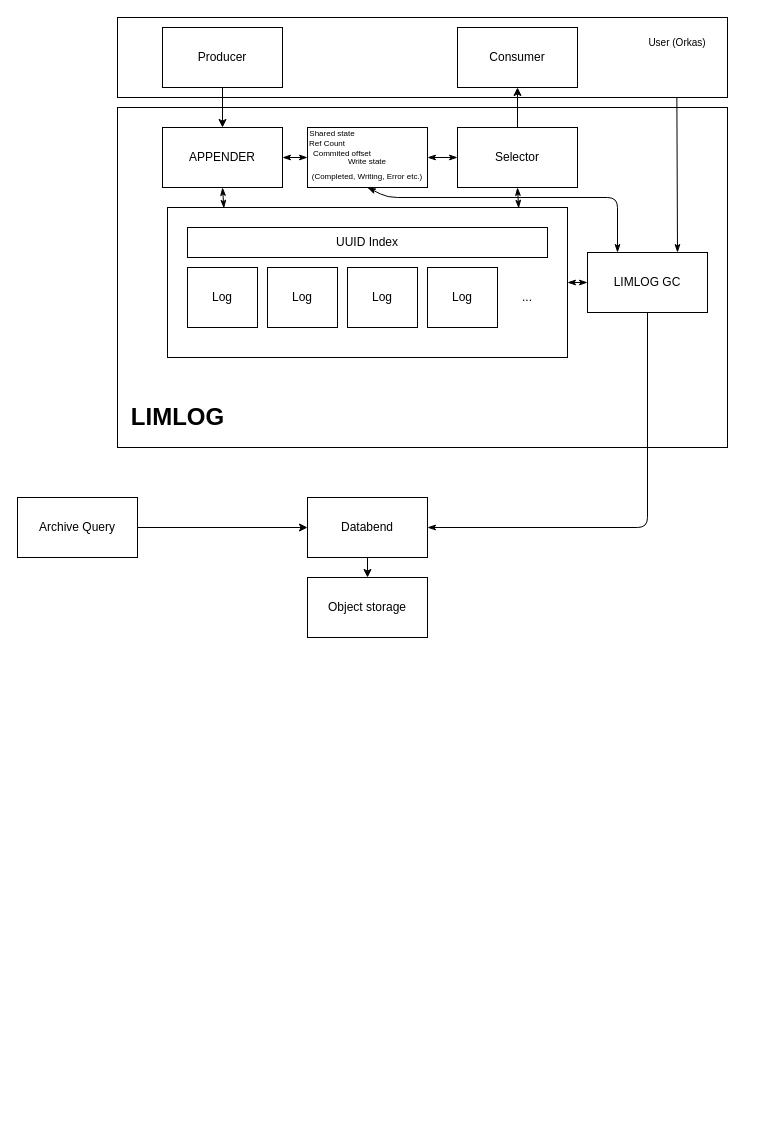
Before: arch.drawio in Limit-LAB/limlog, a draw.io diagram. Source tidied: cells renumbered, new cells numbered last; positions are measured from the earlier drawing's top-left corner, leaving out a move shared by most shapes. Both pictures are drawn from the tidied source at 100%, with x=0, y=0 at pixel (17, 17).
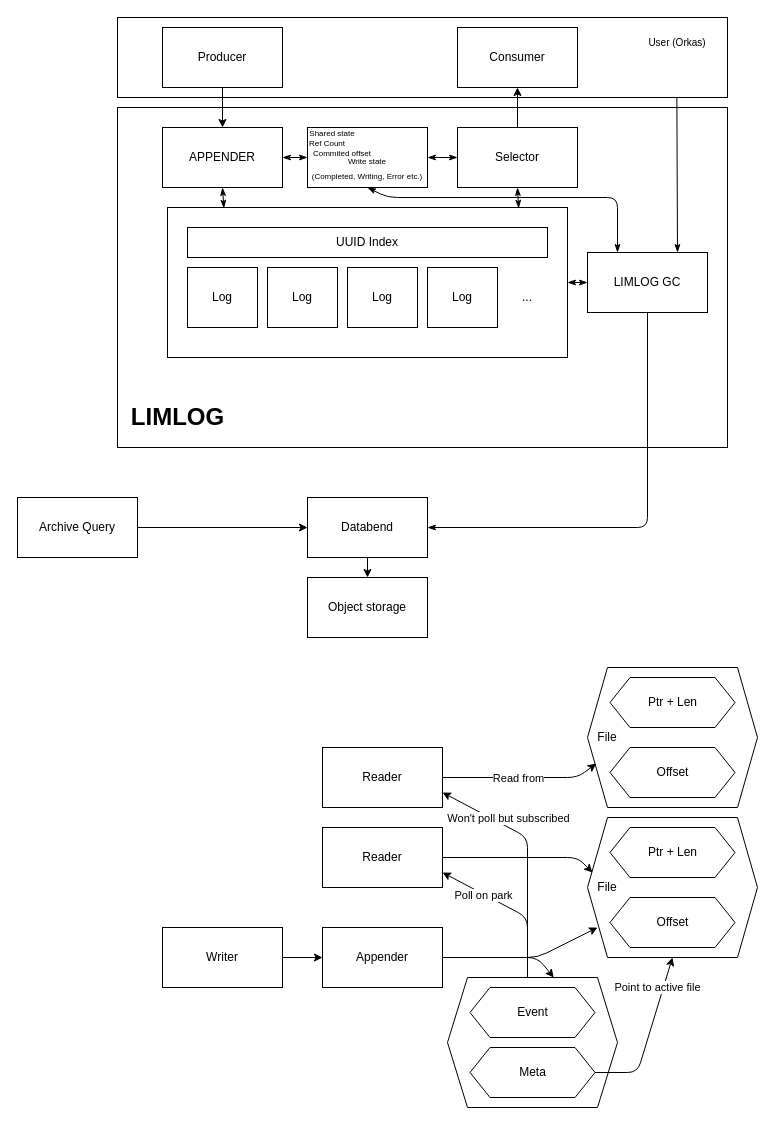
After the change.

Change to the diagram source:
```diff
@@
+    <mxCell id="39" style="edgeStyle=none;html=1;entryX=0.25;entryY=0;entryDx=0;entryDy=0;" parent="1" edge="1" source="40" target="64">
+      <mxGeometry relative="1" as="geometry">
+        <Array as="points">
+          <mxPoint x="560" y="840" />
+        </Array>
+      </mxGeometry>
+    </mxCell>
+    <mxCell id="40" value="Reader" style="rounded=0;whiteSpace=wrap;html=1;" parent="1" vertex="1">
+      <mxGeometry x="305" y="810" width="120" height="60" as="geometry" />
+    </mxCell>
+    <mxCell id="41" style="edgeStyle=none;html=1;entryX=0.059;entryY=0.786;entryDx=0;entryDy=0;entryPerimeter=0;" parent="1" edge="1" source="43" target="61">
+      <mxGeometry relative="1" as="geometry">
+        <Array as="points">
+          <mxPoint x="520" y="940" />
+        </Array>
+      </mxGeometry>
+    </mxCell>
+    <mxCell id="42" style="edgeStyle=none;html=1;exitX=1;exitY=0.5;exitDx=0;exitDy=0;entryX=0.625;entryY=0;entryDx=0;entryDy=0;" parent="1" edge="1" source="43" target="65">
+      <mxGeometry relative="1" as="geometry">
+        <Array as="points">
+          <mxPoint x="520" y="940" />
+        </Array>
+      </mxGeometry>
+    </mxCell>
+    <mxCell id="43" value="Appender" style="rounded=0;whiteSpace=wrap;html=1;" parent="1" vertex="1">
+      <mxGeometry x="305" y="910" width="120" height="60" as="geometry" />
+    </mxCell>
+    <mxCell id="44" style="edgeStyle=none;html=1;entryX=0;entryY=0.5;entryDx=0;entryDy=0;" parent="1" edge="1" source="45" target="43">
+      <mxGeometry relative="1" as="geometry" />
+    </mxCell>
+    <mxCell id="45" value="Writer" style="rounded=0;whiteSpace=wrap;html=1;" parent="1" vertex="1">
+      <mxGeometry x="145" y="910" width="120" height="60" as="geometry" />
+    </mxCell>
+    <mxCell id="46" style="edgeStyle=none;html=1;exitX=0.5;exitY=0;exitDx=0;exitDy=0;entryX=1;entryY=0.75;entryDx=0;entryDy=0;" parent="1" edge="1" target="40">
+      <mxGeometry relative="1" as="geometry">
+        <mxPoint x="510" y="960" as="sourcePoint" />
+        <Array as="points">
+          <mxPoint x="510" y="900" />
+        </Array>
+      </mxGeometry>
+    </mxCell>
+    <mxCell id="47" value="Poll on park" style="edgeLabel;html=1;align=center;verticalAlign=middle;" parent="46" vertex="1">
+      <mxGeometry x="0.41" y="1" relative="1" as="geometry" />
+    </mxCell>
+    <mxCell id="48" style="edgeStyle=none;html=1;exitX=0.5;exitY=0;exitDx=0;exitDy=0;entryX=1;entryY=0.75;entryDx=0;entryDy=0;" parent="1" edge="1" target="58">
+      <mxGeometry relative="1" as="geometry">
+        <mxPoint x="510" y="960" as="sourcePoint" />
+        <Array as="points">
+          <mxPoint x="510" y="820" />
+        </Array>
+      </mxGeometry>
+    </mxCell>
+    <mxCell id="49" value="Won't poll but subscribed" style="edgeLabel;html=1;align=center;verticalAlign=middle;" parent="48" vertex="1">
+      <mxGeometry x="-0.05" y="-3" relative="1" as="geometry">
+        <mxPoint x="-23" y="-48" as="offset" />
+      </mxGeometry>
+    </mxCell>
+    <mxCell id="50" style="group;" parent="1" vertex="1">
+      <mxGeometry x="570" y="650" width="170" height="140" as="geometry" />
+    </mxCell>
+    <mxCell id="51" style="group;" parent="50" vertex="1">
+      <mxGeometry x="-10" width="180" height="140" as="geometry" />
+    </mxCell>
+    <mxCell id="52" style="shape=hexagon;perimeter=hexagonPerimeter2;whiteSpace=wrap;html=1;fixedSize=1;" parent="51" vertex="1">
+      <mxGeometry x="10" width="170" height="140" as="geometry" />
+    </mxCell>
+    <mxCell id="53" value="Ptr + Len" style="shape=hexagon;perimeter=hexagonPerimeter2;whiteSpace=wrap;html=1;fixedSize=1;" parent="51" vertex="1">
+      <mxGeometry x="32.5" y="10" width="125" height="50" as="geometry" />
+    </mxCell>
+    <mxCell id="54" value="Offset" style="shape=hexagon;perimeter=hexagonPerimeter2;whiteSpace=wrap;html=1;fixedSize=1;" parent="51" vertex="1">
+      <mxGeometry x="32.5" y="80" width="125" height="50" as="geometry" />
+    </mxCell>
+    <mxCell id="55" value="File" style="text;html=1;strokeColor=none;fillColor=none;align=center;verticalAlign=middle;whiteSpace=wrap;rounded=0;" parent="51" vertex="1">
+      <mxGeometry y="55" width="60" height="30" as="geometry" />
+    </mxCell>
+    <mxCell id="56" style="edgeStyle=none;html=1;entryX=0.051;entryY=0.687;entryDx=0;entryDy=0;entryPerimeter=0;" parent="1" edge="1" source="58" target="52">
+      <mxGeometry relative="1" as="geometry">
+        <Array as="points">
+          <mxPoint x="560" y="760" />
+        </Array>
+      </mxGeometry>
+    </mxCell>
+    <mxCell id="57" value="Read from" style="edgeLabel;html=1;align=center;verticalAlign=middle;" parent="56" vertex="1">
+      <mxGeometry x="-0.06" y="3" relative="1" as="geometry">
+        <mxPoint x="1" y="3" as="offset" />
+      </mxGeometry>
+    </mxCell>
+    <mxCell id="58" value="Reader" style="rounded=0;whiteSpace=wrap;html=1;" parent="1" vertex="1">
+      <mxGeometry x="305" y="730" width="120" height="60" as="geometry" />
+    </mxCell>
+    <mxCell id="59" style="group;" parent="1" vertex="1">
+      <mxGeometry x="570" y="800" width="170" height="140" as="geometry" />
+    </mxCell>
+    <mxCell id="60" style="group;" parent="59" vertex="1">
+      <mxGeometry x="-10" width="180" height="140" as="geometry" />
+    </mxCell>
+    <mxCell id="61" style="shape=hexagon;perimeter=hexagonPerimeter2;whiteSpace=wrap;html=1;fixedSize=1;" parent="60" vertex="1">
+      <mxGeometry x="10" width="170" height="140" as="geometry" />
+    </mxCell>
+    <mxCell id="62" value="Ptr + Len" style="shape=hexagon;perimeter=hexagonPerimeter2;whiteSpace=wrap;html=1;fixedSize=1;" parent="60" vertex="1">
+      <mxGeometry x="32.5" y="10" width="125" height="50" as="geometry" />
+    </mxCell>
+    <mxCell id="63" value="Offset" style="shape=hexagon;perimeter=hexagonPerimeter2;whiteSpace=wrap;html=1;fixedSize=1;" parent="60" vertex="1">
+      <mxGeometry x="32.5" y="80" width="125" height="50" as="geometry" />
+    </mxCell>
+    <mxCell id="64" value="File" style="text;html=1;strokeColor=none;fillColor=none;align=center;verticalAlign=middle;whiteSpace=wrap;rounded=0;" parent="60" vertex="1">
+      <mxGeometry y="55" width="60" height="30" as="geometry" />
+    </mxCell>
+    <mxCell id="65" style="shape=hexagon;perimeter=hexagonPerimeter2;whiteSpace=wrap;html=1;fixedSize=1;" parent="1" vertex="1">
+      <mxGeometry x="430" y="960" width="170" height="130" as="geometry" />
+    </mxCell>
+    <mxCell id="66" value="Event" style="shape=hexagon;perimeter=hexagonPerimeter2;whiteSpace=wrap;html=1;fixedSize=1;" parent="1" vertex="1">
+      <mxGeometry x="452.5" y="970" width="125" height="50" as="geometry" />
+    </mxCell>
+    <mxCell id="67" style="edgeStyle=none;html=1;exitX=1;exitY=0.5;exitDx=0;exitDy=0;entryX=0.5;entryY=1;entryDx=0;entryDy=0;" parent="1" edge="1" source="69" target="61">
+      <mxGeometry relative="1" as="geometry">
+        <Array as="points">
+          <mxPoint x="620" y="1055" />
+        </Array>
+      </mxGeometry>
+    </mxCell>
+    <mxCell id="68" value="Point to active file" style="edgeLabel;html=1;align=center;verticalAlign=middle;" parent="67" vertex="1">
+      <mxGeometry x="0.13" y="3" relative="1" as="geometry">
+        <mxPoint x="8" y="-37" as="offset" />
+      </mxGeometry>
+    </mxCell>
+    <mxCell id="69" value="Meta" style="shape=hexagon;perimeter=hexagonPerimeter2;whiteSpace=wrap;html=1;fixedSize=1;" parent="1" vertex="1">
+      <mxGeometry x="452.5" y="1030" width="125" height="50" as="geometry" />
+    </mxCell>
```
